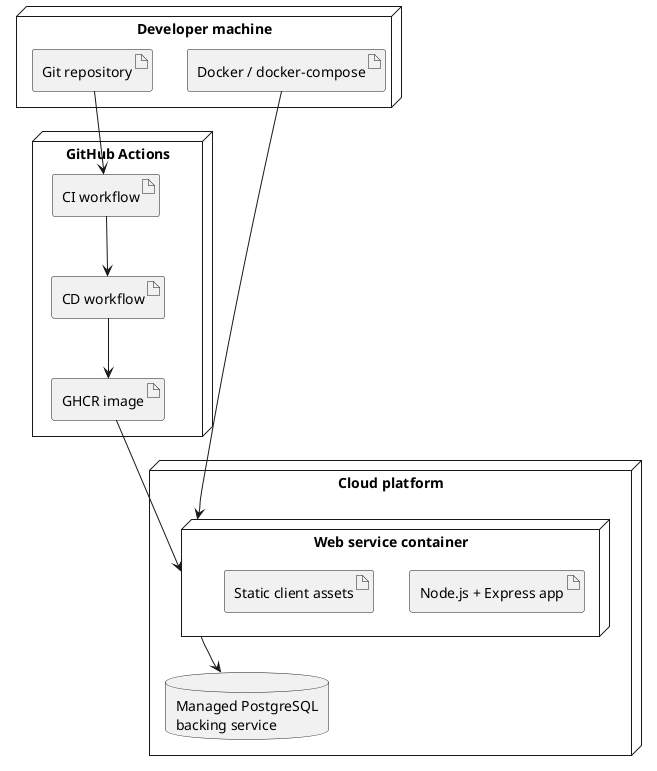
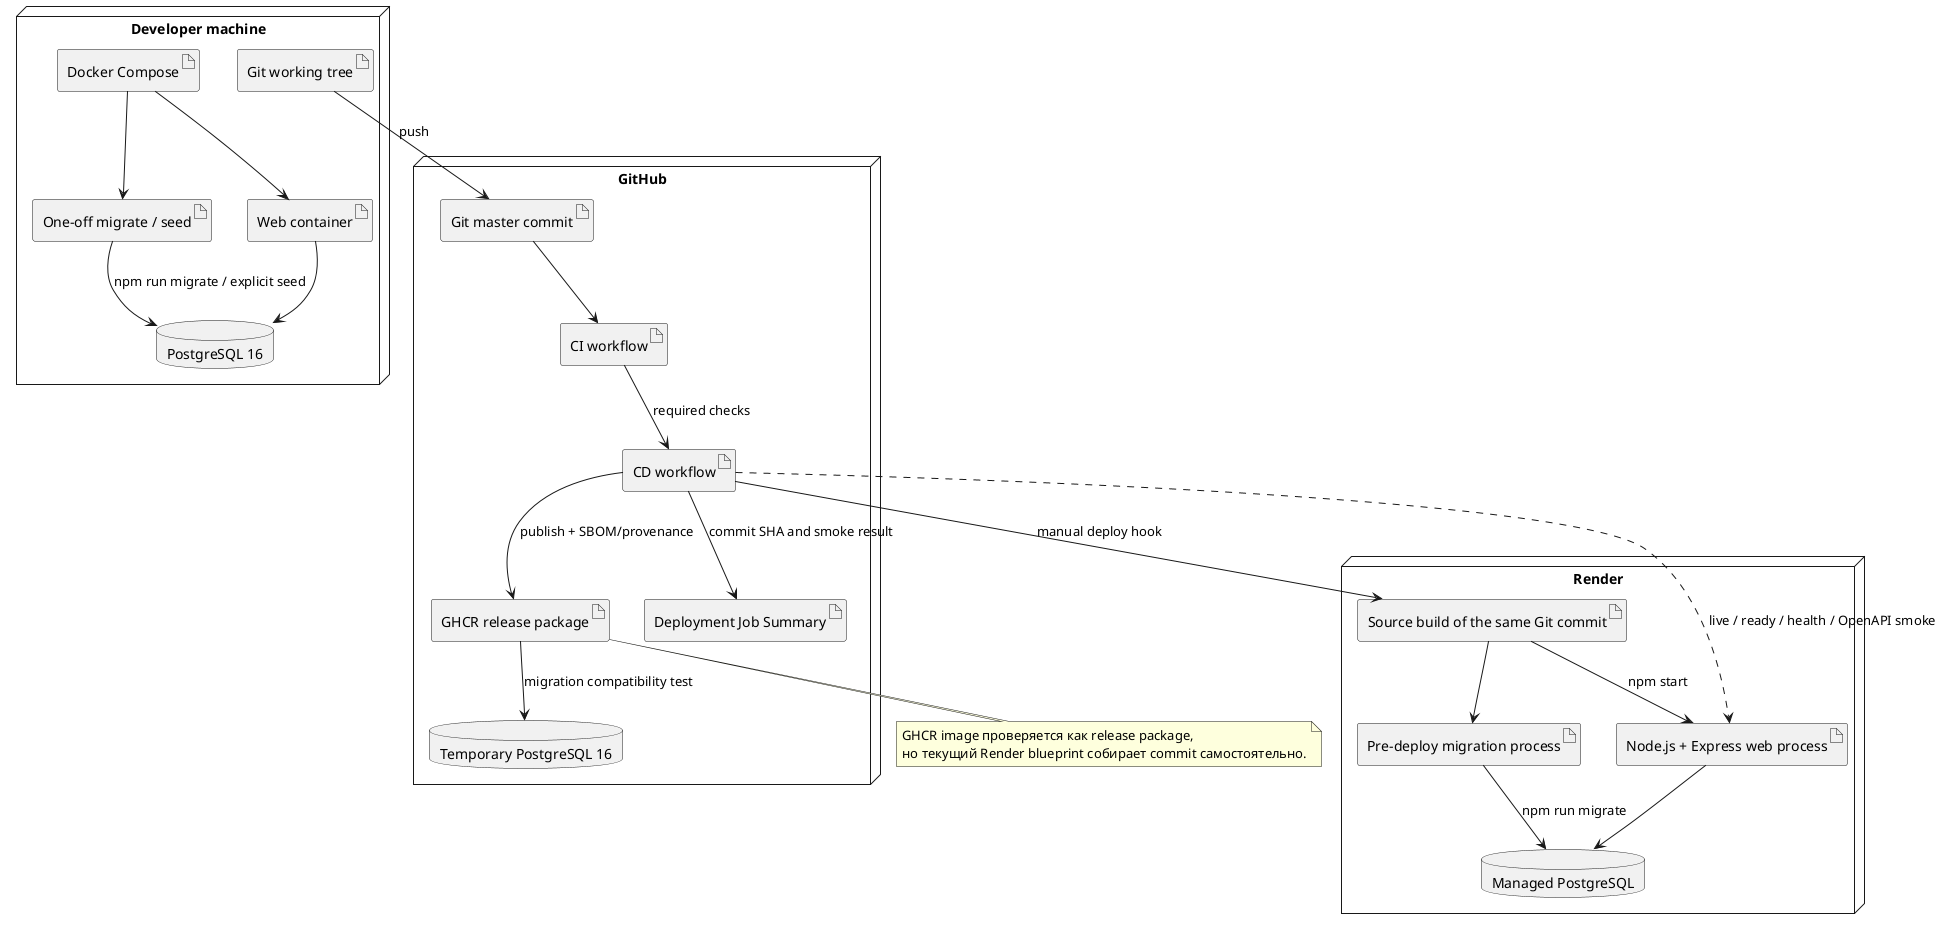
@startuml
+ skinparam componentStyle rectangle
+ 
node "Developer machine" {
-   artifact "Git repository"
-   artifact "Docker / docker-compose"
+   artifact "Git working tree" as Worktree
+   artifact "Docker Compose" as Compose
+   artifact "One-off migrate / seed" as LocalAdmin
+   artifact "Web container" as LocalWeb
+   database "PostgreSQL 16" as LocalDb
}

- node "GitHub Actions" {
-   artifact "CI workflow"
-   artifact "CD workflow"
-   artifact "GHCR image"
+ node "GitHub" {
+   artifact "Git master commit" as GitCommit
+   artifact "CI workflow" as CI
+   artifact "CD workflow" as CD
+   artifact "GHCR release package" as GhcrImage
+   database "Temporary PostgreSQL 16" as CompatibilityDb
+   artifact "Deployment Job Summary" as Evidence
}

- node "Cloud platform" {
-   node "Web service container" {
-     artifact "Node.js + Express app"
-     artifact "Static client assets"
-   }
-   database "Managed PostgreSQL\nbacking service" as CloudDB
+ node "Render" {
+   artifact "Source build of the same Git commit" as RenderBuild
+   artifact "Pre-deploy migration process" as PreDeploy
+   artifact "Node.js + Express web process" as RenderWeb
+   database "Managed PostgreSQL" as RenderDb
}

- "Git repository" --> "CI workflow"
- "CI workflow" --> "CD workflow"
- "CD workflow" --> "GHCR image"
- "GHCR image" --> "Web service container"
- "Web service container" --> CloudDB
- "Docker / docker-compose" --> "Web service container"
+ Worktree --> GitCommit : push
+ GitCommit --> CI
+ CI --> CD : required checks
+ CD --> GhcrImage : publish + SBOM/provenance
+ GhcrImage --> CompatibilityDb : migration compatibility test
+ 
+ CD --> RenderBuild : manual deploy hook
+ RenderBuild --> PreDeploy
+ PreDeploy --> RenderDb : npm run migrate
+ RenderBuild --> RenderWeb : npm start
+ RenderWeb --> RenderDb
+ CD ..> RenderWeb : live / ready / health / OpenAPI smoke
+ CD --> Evidence : commit SHA and smoke result
+ 
+ Compose --> LocalAdmin
+ LocalAdmin --> LocalDb : npm run migrate / explicit seed
+ Compose --> LocalWeb
+ LocalWeb --> LocalDb
+ 
+ note bottom of GhcrImage
+   GHCR image проверяется как release package,
+   но текущий Render blueprint собирает commit самостоятельно.
+ end note
@enduml
